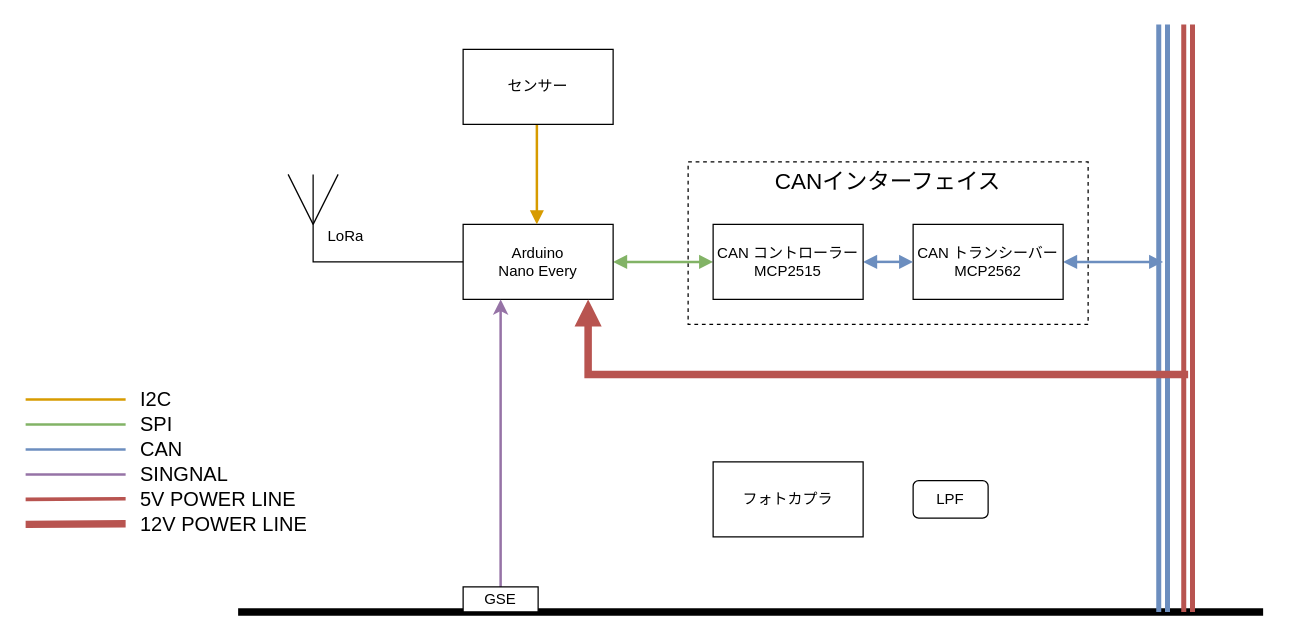
tokai-student-rocket-project/H-58-Avionics keeps this draw.io diagram as Documents/Reports/Drawio/ColorPalette_BlockDiagram.drawio. Above is the earlier version. Source tidied: cells renumbered, new cells numbered last; positions are measured from the earlier drawing's top-left corner, leaving out a move shared by most shapes. Both pictures are drawn from the tidied source at 125%, with x=0, y=0 at pixel (25, 24).
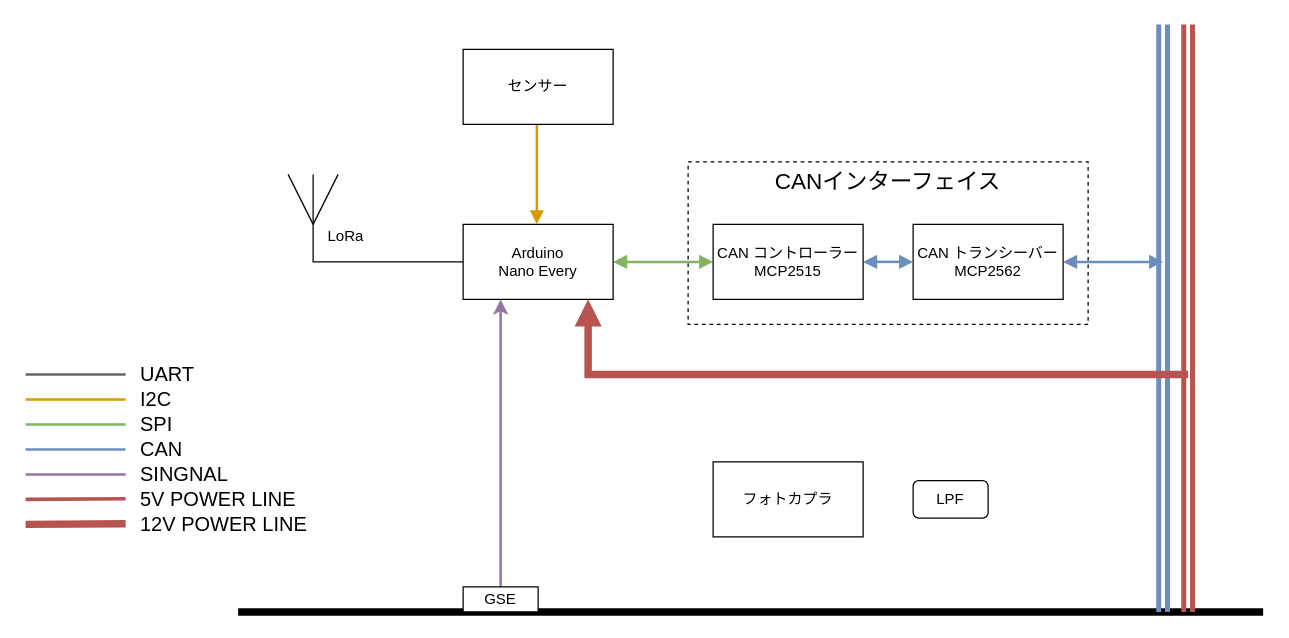
After the change.

Commit message:
✨ UART通信のテンプレートを追加

The edit, as a diff of the source:
```diff
@@
+    <mxCell id="37" style="endArrow=none;html=1;rounded=0;strokeWidth=2;fillColor=#f5f5f5;strokeColor=#666666;" parent="1" edge="1">
+      <mxGeometry relative="1" as="geometry">
+        <mxPoint y="280" as="sourcePoint" />
+        <mxPoint x="80" y="280" as="targetPoint" />
+      </mxGeometry>
+    </mxCell>
+    <mxCell id="38" value="UART" style="text;html=1;strokeColor=none;fillColor=none;align=left;verticalAlign=middle;whiteSpace=wrap;rounded=0;fontSize=16;" parent="1" vertex="1">
+      <mxGeometry x="90" y="270" width="60" height="20" as="geometry" />
+    </mxCell>
```
